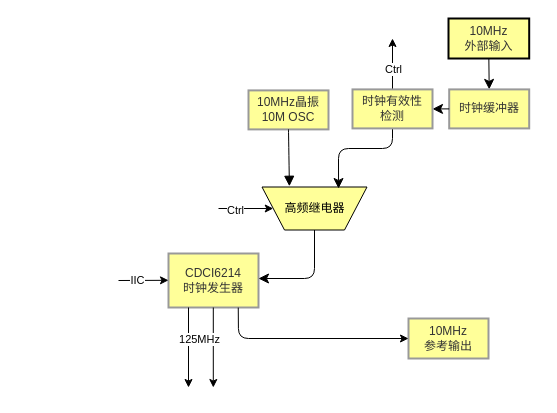
Earlier version of the draw.io diagram docs/流程图/时钟.drawio (EERNINUO/ArbWave30). Source tidied: cells renumbered, new cells numbered last; positions are measured from the earlier drawing's top-left corner, leaving out a move shared by most shapes. Both pictures are drawn from the tidied source at 100%, with x=0, y=0 at pixel (118, 18).
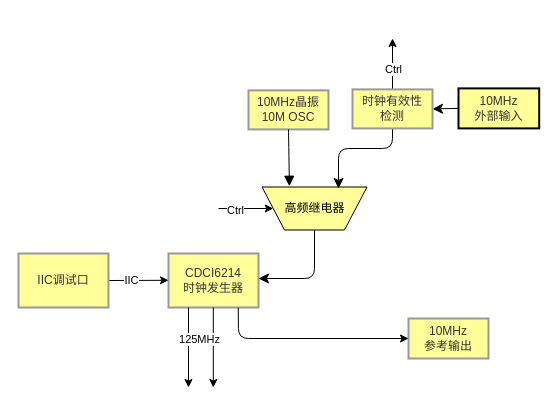
The same page after the edit.

The change refers to these unchanged cells:
```xml
<mxCell id="21" value="时钟有效性&#10;检测" style="whiteSpace=wrap;strokeWidth=2;fillColor=light-dark(#FFFF99,#1F2020);strokeColor=light-dark(#999999,#cccccc);fontColor=light-dark(#333333,#cccccc);rotation=0;" parent="1" vertex="1">
  <mxGeometry x="234" y="70.9" width="80" height="39" as="geometry" />
</mxCell>
```

Change to the diagram source:
```diff
@@
     <mxCell id="8" value="10MHz&#10;外部输入" style="whiteSpace=wrap;strokeWidth=2;fillColor=light-dark(#FFFF99,#1F2020);strokeColor=default;fontColor=light-dark(#333333,#cccccc);verticalAlign=middle;rotation=0;" parent="1" vertex="1">
-      <mxGeometry x="330" width="80.7" height="40" as="geometry" />
+      <mxGeometry x="340" y="69.9" width="80.7" height="40" as="geometry" />
     </mxCell>
@@
-    <mxCell id="14" style="endArrow=classic;html=1;rounded=0;" parent="1" edge="1">
+    <mxCell id="14" value=" " style="endArrow=classic;html=1;rounded=0;exitX=1;exitY=0.5;exitDx=0;exitDy=0;" parent="1" edge="1" source="24">
       <mxGeometry relative="1" as="geometry">
-        <mxPoint y="262" as="sourcePoint" />
         <mxPoint x="50" y="261.8" as="targetPoint" />
       </mxGeometry>
     </mxCell>
@@
-    <mxCell id="18" style="endArrow=classic;html=1;fontSize=12;startSize=8;endSize=8;curved=0;exitX=0.5;exitY=1;exitDx=0;exitDy=0;entryX=0.5;entryY=0;entryDx=0;entryDy=0;rounded=1;" parent="1" edge="1" source="8" target="19">
-      <mxGeometry relative="1" as="geometry" />
-    </mxCell>
-    <mxCell id="19" value="时钟缓冲器" style="whiteSpace=wrap;strokeWidth=2;fillColor=light-dark(#FFFF99,#1F2020);strokeColor=light-dark(#999999,#cccccc);fontColor=light-dark(#333333,#cccccc);rotation=0;" parent="1" vertex="1">
-      <mxGeometry x="330.7" y="70.9" width="80" height="39" as="geometry" />
-    </mxCell>
-    <mxCell id="20" style="endArrow=classic;html=1;fontSize=12;startSize=8;endSize=8;curved=0;exitX=0;exitY=0.5;exitDx=0;exitDy=0;entryX=1;entryY=0.5;entryDx=0;entryDy=0;rounded=1;" parent="1" edge="1" source="19" target="21">
+    <mxCell id="20" style="endArrow=classic;html=1;fontSize=12;startSize=8;endSize=8;curved=0;exitX=0;exitY=0.5;exitDx=0;exitDy=0;entryX=1;entryY=0.5;entryDx=0;entryDy=0;rounded=1;" parent="1" edge="1" source="8" target="21">
       <mxGeometry relative="1" as="geometry" />
     </mxCell>
@@
+    <mxCell id="24" value="IIC调试口" style="whiteSpace=wrap;strokeWidth=2;fillColor=light-dark(#FFFF99,#1F2020);strokeColor=light-dark(#999999,#cccccc);fontColor=light-dark(#333333,#cccccc);rotation=0;" parent="1" vertex="1">
+      <mxGeometry x="-100" y="235" width="90" height="54" as="geometry" />
+    </mxCell>
```
